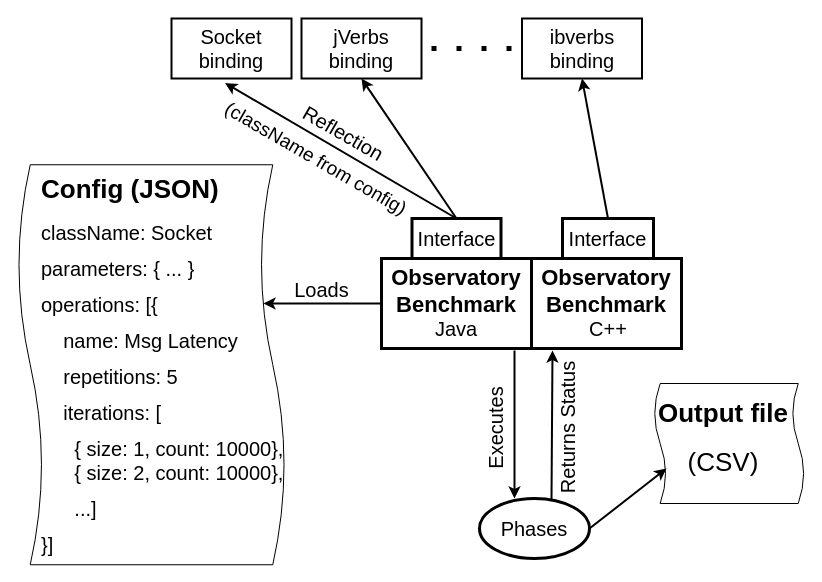
This is res/architecture.drawio from hhu-bsinfo/observatory, a draw.io file, before an edit. Source tidied: cells renumbered, new cells numbered last; positions are measured from the earlier drawing's top-left corner, leaving out a move shared by most shapes. Both pictures are drawn from the tidied source at 100%, with x=0, y=0 at pixel (-49, 18).
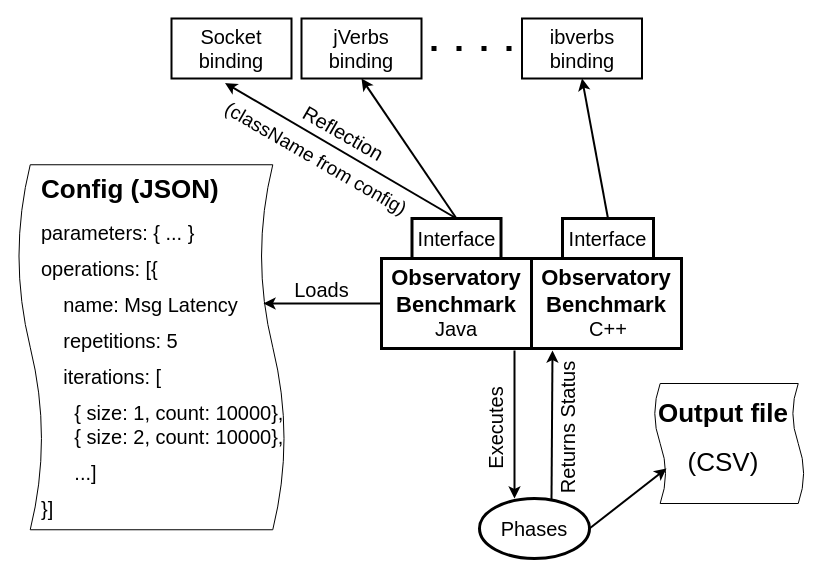
The same diagram, later.

Change to the diagram source:
```diff
@@
     <mxCell id="19" style="shape=tape;whiteSpace=wrap;html=1;rotation=90;size=0.09333333333333334;" parent="1" vertex="1">
-      <mxGeometry y="212.5" width="400" height="267.5" as="geometry" />
+      <mxGeometry x="17.5" y="195" width="365" height="267.5" as="geometry" />
     </mxCell>
-    <mxCell id="20" value="&lt;p style=&quot;line-height: 0%&quot;&gt;&lt;/p&gt;&lt;h1&gt;&lt;font style=&quot;font-size: 26px&quot;&gt;Config (JSON)&lt;/font&gt;&lt;br&gt;&lt;/h1&gt;&lt;p&gt;&lt;font style=&quot;font-size: 20px&quot;&gt;className: Socket&lt;/font&gt;&lt;/p&gt;&lt;p&gt;&lt;font style=&quot;font-size: 20px&quot;&gt;parameters: { ... }&lt;/font&gt;&lt;/p&gt;&lt;p&gt;&lt;font style=&quot;font-size: 20px&quot;&gt;operations: [{&lt;br&gt;&lt;/font&gt;&lt;/p&gt;&lt;p&gt;&lt;font style=&quot;font-size: 20px&quot;&gt;&amp;nbsp; &amp;nbsp; name: Msg Latency&lt;/font&gt;&lt;/p&gt;&lt;p&gt;&lt;font style=&quot;font-size: 20px&quot;&gt;&amp;nbsp;&amp;nbsp;&amp;nbsp; repetitions: 5&lt;/font&gt;&lt;/p&gt;&lt;p&gt;&lt;font style=&quot;font-size: 20px&quot;&gt;&amp;nbsp; &amp;nbsp; iterations: [&lt;/font&gt;&lt;/p&gt;&lt;p&gt;&lt;font style=&quot;font-size: 20px&quot;&gt;&amp;nbsp;&amp;nbsp;&amp;nbsp;&amp;nbsp;&amp;nbsp; { size: 1, count: 10000},&lt;/font&gt;&lt;br&gt;&lt;font style=&quot;font-size: 20px&quot;&gt;&lt;font style=&quot;font-size: 20px&quot;&gt;&amp;nbsp;&amp;nbsp;&amp;nbsp;&amp;nbsp;&amp;nbsp; { size: 2, count: 10000},&lt;/font&gt;&lt;/font&gt;&lt;/p&gt;&lt;p&gt;&lt;font style=&quot;font-size: 20px&quot;&gt;&amp;nbsp;&amp;nbsp;&amp;nbsp;&amp;nbsp;&amp;nbsp; ...]&lt;/font&gt;&lt;/p&gt;&lt;p&gt;&lt;font style=&quot;font-size: 20px&quot;&gt;}]&lt;br&gt;&lt;/font&gt;&lt;/p&gt;&lt;p&gt;&lt;font style=&quot;font-size: 20px&quot;&gt;&lt;br&gt;&lt;/font&gt;&lt;/p&gt;&lt;p&gt;&lt;/p&gt;" style="text;html=1;strokeColor=none;fillColor=none;spacing=5;spacingTop=-20;whiteSpace=wrap;overflow=hidden;rounded=0;" parent="1" vertex="1">
+    <mxCell id="20" value="&lt;p style=&quot;line-height: 0%&quot;&gt;&lt;/p&gt;&lt;h1&gt;&lt;font style=&quot;font-size: 26px&quot;&gt;Config (JSON)&lt;/font&gt;&lt;br&gt;&lt;/h1&gt;&lt;p&gt;&lt;font style=&quot;font-size: 20px&quot;&gt;parameters: { ... }&lt;/font&gt;&lt;/p&gt;&lt;p&gt;&lt;font style=&quot;font-size: 20px&quot;&gt;operations: [{&lt;br&gt;&lt;/font&gt;&lt;/p&gt;&lt;p&gt;&lt;font style=&quot;font-size: 20px&quot;&gt;&amp;nbsp; &amp;nbsp; name: Msg Latency&lt;/font&gt;&lt;/p&gt;&lt;p&gt;&lt;font style=&quot;font-size: 20px&quot;&gt;&amp;nbsp;&amp;nbsp;&amp;nbsp; repetitions: 5&lt;/font&gt;&lt;/p&gt;&lt;p&gt;&lt;font style=&quot;font-size: 20px&quot;&gt;&amp;nbsp; &amp;nbsp; iterations: [&lt;/font&gt;&lt;/p&gt;&lt;p&gt;&lt;font style=&quot;font-size: 20px&quot;&gt;&amp;nbsp;&amp;nbsp;&amp;nbsp;&amp;nbsp;&amp;nbsp; { size: 1, count: 10000},&lt;/font&gt;&lt;br&gt;&lt;font style=&quot;font-size: 20px&quot;&gt;&lt;font style=&quot;font-size: 20px&quot;&gt;&amp;nbsp;&amp;nbsp;&amp;nbsp;&amp;nbsp;&amp;nbsp; { size: 2, count: 10000},&lt;/font&gt;&lt;/font&gt;&lt;/p&gt;&lt;p&gt;&lt;font style=&quot;font-size: 20px&quot;&gt;&amp;nbsp;&amp;nbsp;&amp;nbsp;&amp;nbsp;&amp;nbsp; ...]&lt;/font&gt;&lt;/p&gt;&lt;p&gt;&lt;font style=&quot;font-size: 20px&quot;&gt;}]&lt;br&gt;&lt;/font&gt;&lt;/p&gt;&lt;p&gt;&lt;font style=&quot;font-size: 20px&quot;&gt;&lt;br&gt;&lt;/font&gt;&lt;/p&gt;&lt;p&gt;&lt;/p&gt;" style="text;html=1;strokeColor=none;fillColor=none;spacing=5;spacingTop=-20;whiteSpace=wrap;overflow=hidden;rounded=0;" parent="1" vertex="1">
       <mxGeometry x="85" y="150" width="260" height="390" as="geometry" />
     </mxCell>
```
